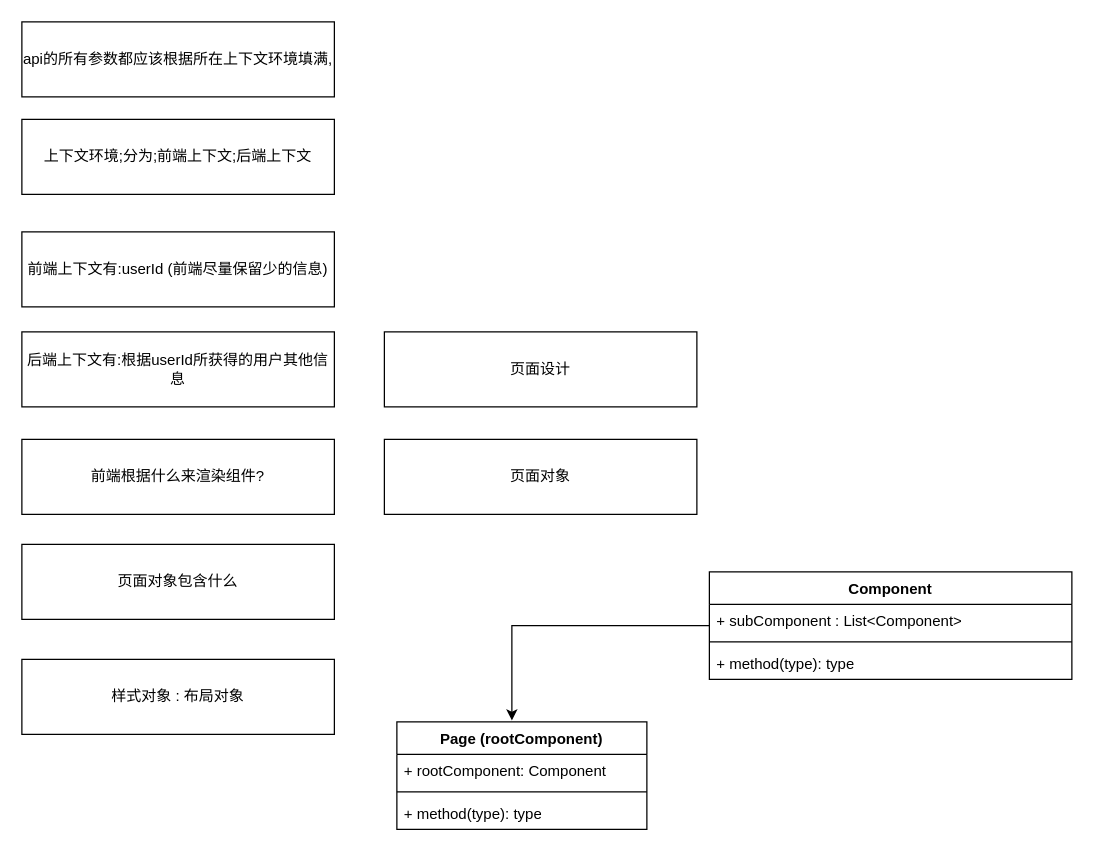
Before: page "第 2 页" (2 of 2) of 低代码.drawio in idbanfan/drawio, a draw.io diagram. Source tidied: cells renumbered, new cells numbered last; positions are measured from the earlier drawing's top-left corner, leaving out a move shared by most shapes. Both pictures are drawn from the tidied source at 125%, with x=0, y=0 at pixel (21, 21).
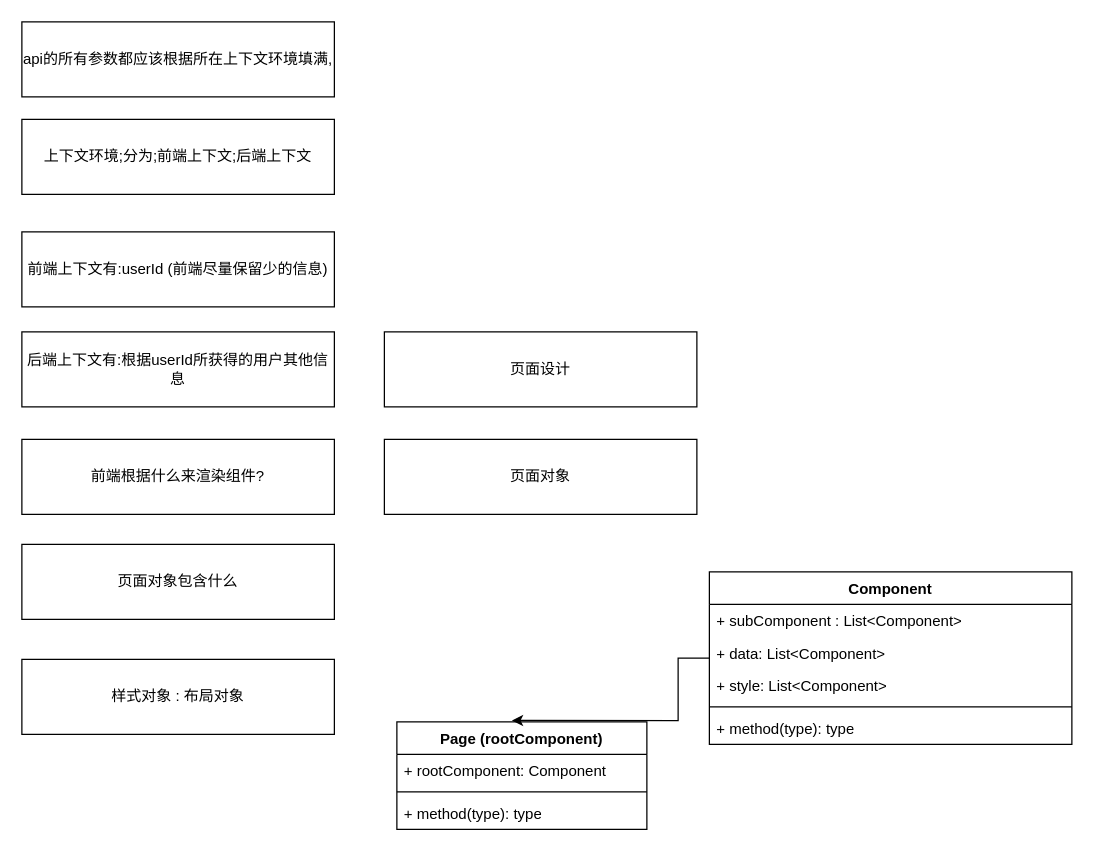
The same diagram, later.

Commit message:
更新低代码.drawio

The edit, as a diff of the source:
```diff
@@
     <mxCell id="14" value="Component" style="swimlane;fontStyle=1;align=center;verticalAlign=top;horizontal=1;startSize=26;whiteSpace=wrap;html=1;" parent="1" vertex="1">
-      <mxGeometry x="550" y="440" width="290" height="86" as="geometry" />
+      <mxGeometry x="550" y="440" width="290" height="138" as="geometry" />
     </mxCell>
+    <mxCell id="20" value="+ subComponent : List&amp;lt;Component&amp;gt;" style="text;strokeColor=none;fillColor=none;align=left;verticalAlign=top;spacingLeft=4;spacingRight=4;overflow=hidden;whiteSpace=wrap;html=1;" parent="14" vertex="1">
+      <mxGeometry y="26" width="290" height="26" as="geometry" />
+    </mxCell>
+    <mxCell id="21" value="+ data: List&amp;lt;Component&amp;gt;" style="text;strokeColor=none;fillColor=none;align=left;verticalAlign=top;spacingLeft=4;spacingRight=4;overflow=hidden;whiteSpace=wrap;html=1;" parent="14" vertex="1">
+      <mxGeometry y="52" width="290" height="26" as="geometry" />
+    </mxCell>
-    <mxCell id="15" value="+ subComponent : List&amp;lt;Component&amp;gt;" style="text;strokeColor=none;fillColor=none;align=left;verticalAlign=top;spacingLeft=4;spacingRight=4;overflow=hidden;whiteSpace=wrap;html=1;" parent="14" vertex="1">
-      <mxGeometry y="26" width="290" height="26" as="geometry" />
+    <mxCell id="15" value="+ style: List&amp;lt;Component&amp;gt;" style="text;strokeColor=none;fillColor=none;align=left;verticalAlign=top;spacingLeft=4;spacingRight=4;overflow=hidden;whiteSpace=wrap;html=1;" parent="14" vertex="1">
+      <mxGeometry y="78" width="290" height="26" as="geometry" />
     </mxCell>
     <mxCell id="16" style="line;strokeWidth=1;fillColor=none;align=left;verticalAlign=middle;spacingTop=-1;spacingLeft=3;spacingRight=3;labelPosition=right;strokeColor=inherit;" parent="14" vertex="1">
-      <mxGeometry y="52" width="290" height="8" as="geometry" />
+      <mxGeometry y="104" width="290" height="8" as="geometry" />
     </mxCell>
     <mxCell id="17" value="+ method(type): type" style="text;strokeColor=none;fillColor=none;align=left;verticalAlign=top;spacingLeft=4;spacingRight=4;overflow=hidden;whiteSpace=wrap;html=1;" parent="14" vertex="1">
-      <mxGeometry y="60" width="290" height="26" as="geometry" />
+      <mxGeometry y="112" width="290" height="26" as="geometry" />
     </mxCell>
```
